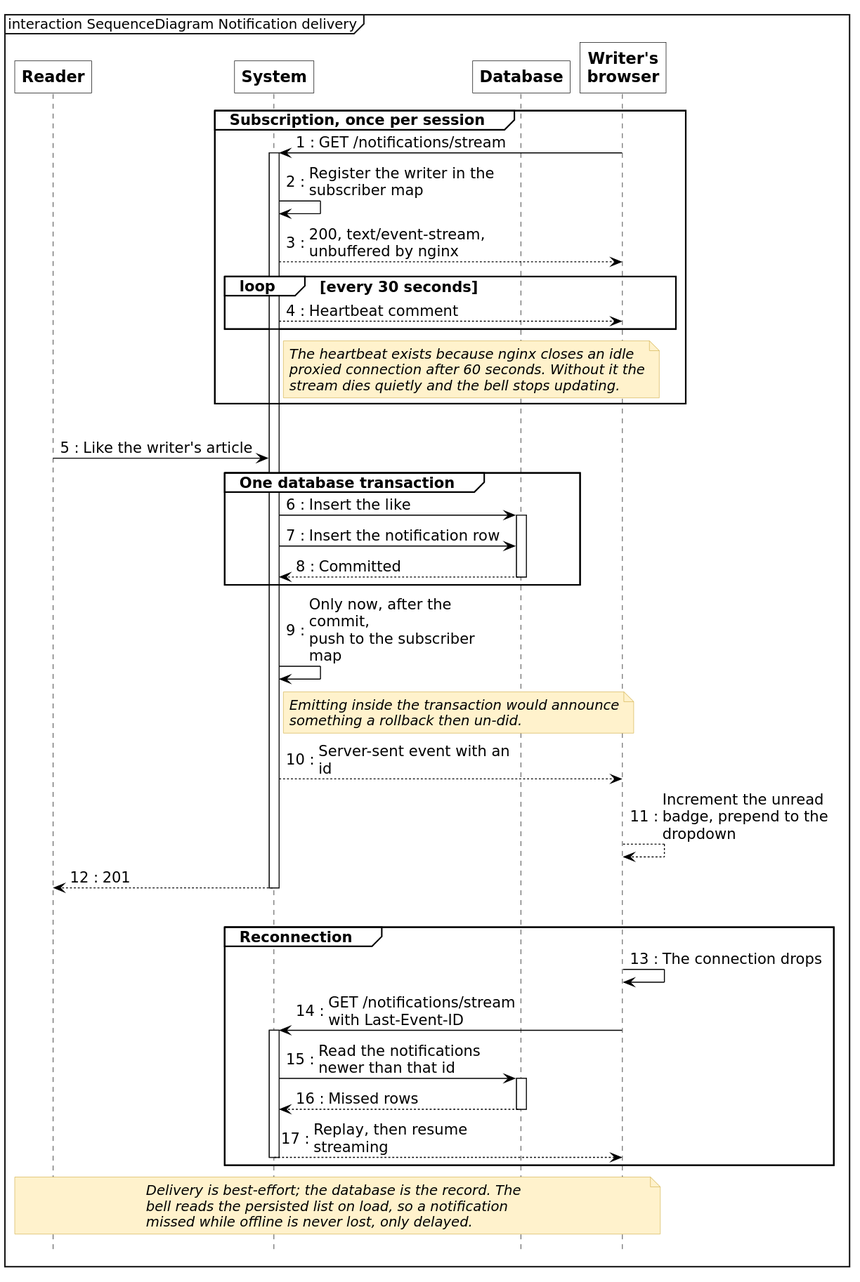
The PlantUML diagram diagrams/fig-5-9-sequence-notification-delivery/fig-5-9-sequence-notification-delivery.svg in inkwell-dev/spec.inkwell.ai, before a commit.
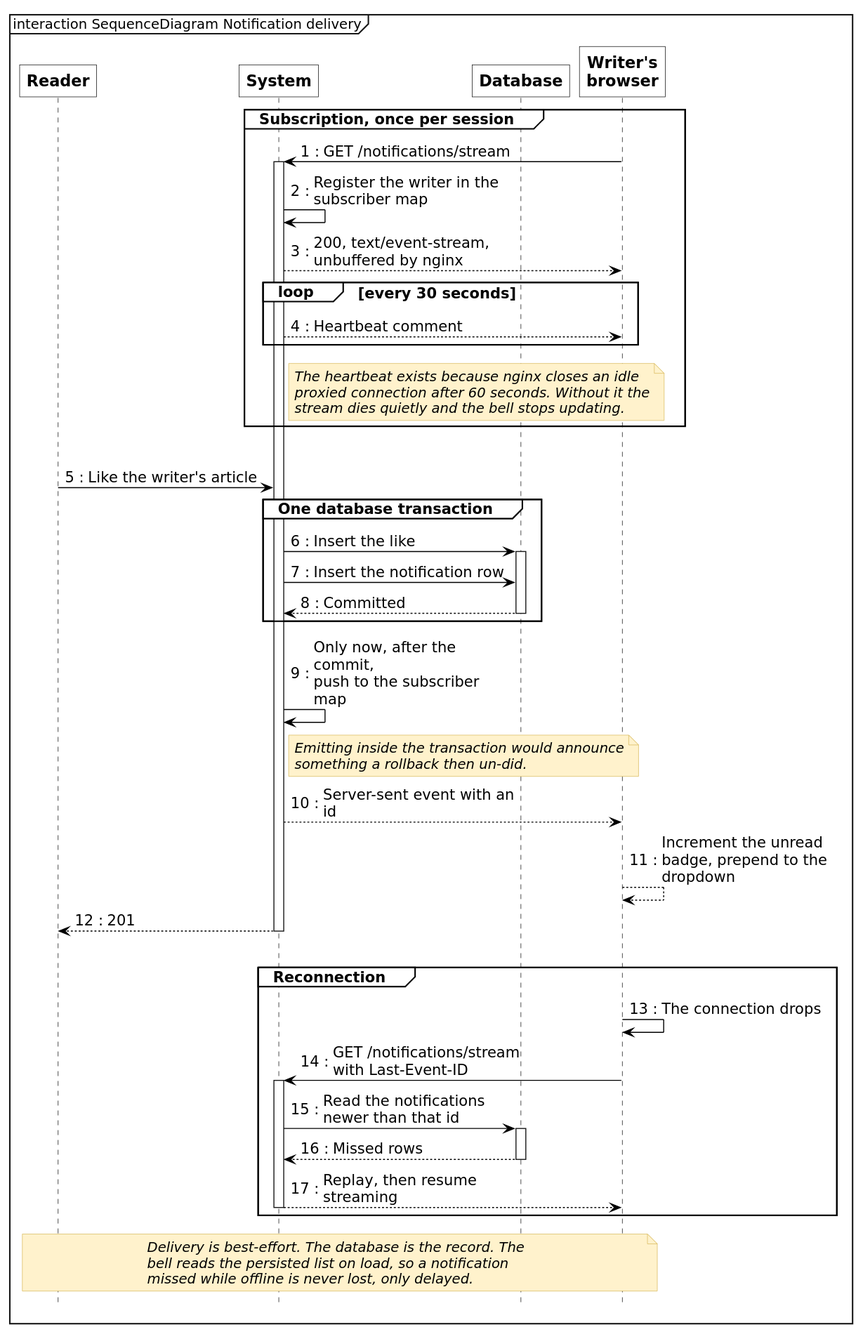
The same file after the commit.

Diff of the diagram source:
```diff
@@ -59,7 +59,7 @@
 end
 
 note over U, W
-  Delivery is best-effort; the database is the record. The
+  Delivery is best-effort. The database is the record. The
   bell reads the persisted list on load, so a notification
   missed while offline is never lost, only delayed.
 end note
```
